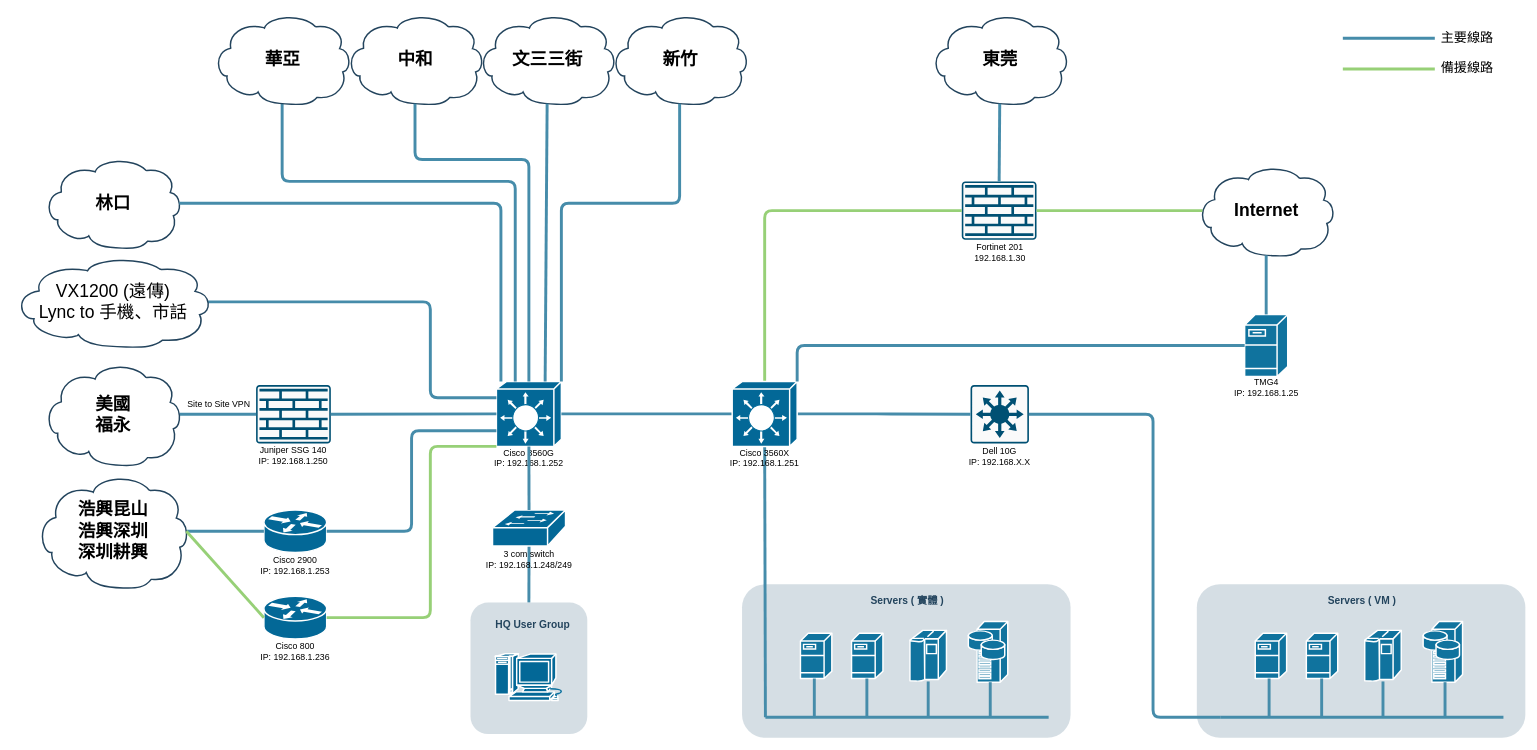
KevinKuo2519/AI-Prpgram keeps this draw.io diagram as HQ.drawio. Above is the earlier version. Source tidied: cells renumbered, new cells numbered last; positions are measured from the earlier drawing's top-left corner, leaving out a move shared by most shapes. Both pictures are drawn from the tidied source at 73%, with x=0, y=0 at pixel (13, 13).
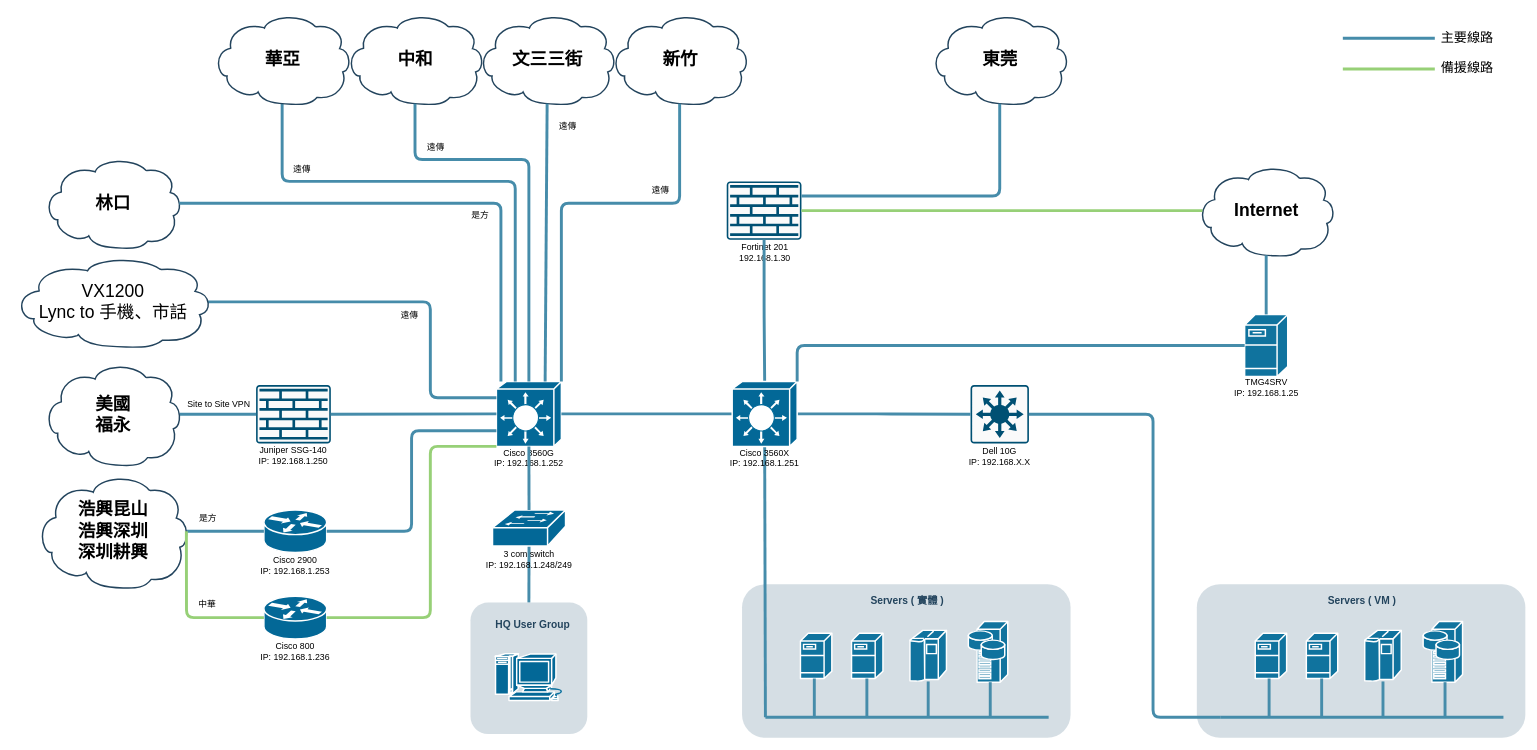
The same diagram, later.

Unchanged cells that the change refers to:
```xml
<mxCell id="15" style="group;" parent="1" vertex="1">
  <mxGeometry x="331" y="509" width="105" height="112" as="geometry" />
</mxCell>
<mxCell id="31" style="shape=mxgraph.cisco.routers.router;sketch=0;html=1;dashed=0;fillColor=#036897;strokeColor=#ffffff;strokeWidth=2;verticalLabelPosition=bottom;verticalAlign=top;align=center;outlineConnect=0;" parent="30" vertex="1">
  <mxGeometry x="7" width="86" height="58.4" as="geometry" />
</mxCell>
<mxCell id="34" style="sketch=0;points=[[0.015,0.015,0],[0.985,0.015,0],[0.985,0.985,0],[0.015,0.985,0],[0.25,0,0],[0.5,0,0],[0.75,0,0],[1,0.25,0],[1,0.5,0],[1,0.75,0],[0.75,1,0],[0.5,1,0],[0.25,1,0],[0,0.75,0],[0,0.5,0],[0,0.25,0]];verticalLabelPosition=bottom;html=1;verticalAlign=top;align=center;shape=mxgraph.cisco19.rect;prIcon=firewall;fillColor=#FAFAFA;strokeColor=#005073;" parent="33" vertex="1">
  <mxGeometry x="0.5" width="102.4" height="80" as="geometry" />
</mxCell>
<mxCell id="67" style="shape=mxgraph.cisco.switches.layer_3_switch;sketch=0;html=1;dashed=0;fillColor=#036897;strokeColor=#ffffff;strokeWidth=2;verticalLabelPosition=bottom;verticalAlign=top;align=center;outlineConnect=0;" parent="66" vertex="1">
  <mxGeometry x="10.5" width="89" height="89" as="geometry" />
</mxCell>
<mxCell id="72" value="&lt;p style=&quot;margin-top: 0pt; margin-bottom: 0pt; margin-left: 0in; direction: ltr; unicode-bidi: embed; word-break: normal; font-size: 23px;&quot;&gt;&lt;/p&gt;&lt;p style=&quot;margin-top: 0pt; margin-bottom: 0pt; margin-left: 0in; direction: ltr; unicode-bidi: embed; word-break: normal;&quot;&gt;&lt;font style=&quot;background-color: initial;&quot; color=&quot;#000000&quot;&gt;&lt;span style=&quot;font-size: 18pt; font-family: 微軟正黑體;&quot;&gt;浩興昆山&lt;/span&gt;&lt;/font&gt;&lt;br&gt;&lt;/p&gt;&lt;p style=&quot;margin-top: 0pt; margin-bottom: 0pt; margin-left: 0in; direction: ltr; unicode-bidi: embed; word-break: normal;&quot;&gt;&lt;span style=&quot;font-family: 微軟正黑體; font-size: 18pt; color: rgb(0, 0, 0); background-color: initial;&quot;&gt;浩興深圳&lt;/span&gt;&lt;/p&gt;&lt;p style=&quot;margin-top: 0pt; margin-bottom: 0pt; margin-left: 0in; direction: ltr; unicode-bidi: embed; word-break: normal;&quot;&gt;&lt;span style=&quot;color: rgb(0, 0, 0); background-color: initial; font-size: 18pt; font-family: 微軟正黑體;&quot;&gt;深圳耕興&lt;/span&gt;&lt;br&gt;&lt;/p&gt;" style="shape=mxgraph.cisco.storage.cloud;html=1;dashed=0;strokeColor=#23445D;fillColor=#ffffff;strokeWidth=2;fontFamily=Helvetica;fontSize=24;fontColor=#23445D;align=center;fontStyle=1;" parent="1" vertex="1">
  <mxGeometry x="31" y="630.7" width="210" height="157" as="geometry" />
</mxCell>
<mxCell id="75" style="group;" parent="1" vertex="1">
  <mxGeometry x="1663.5" y="412.2" width="105" height="115.5" as="geometry" />
</mxCell>
<mxCell id="88" value="&lt;p style=&quot;margin-top: 0pt; margin-bottom: 0pt; margin-left: 0in; direction: ltr; unicode-bidi: embed; word-break: normal; font-size: 23px;&quot;&gt;&lt;/p&gt;&lt;p style=&quot;margin-top: 0pt; margin-bottom: 0pt; margin-left: 0in; direction: ltr; unicode-bidi: embed; word-break: normal;&quot;&gt;&lt;span style=&quot;color: rgb(0, 0, 0); background-color: initial;&quot;&gt;東莞&lt;/span&gt;&lt;br&gt;&lt;/p&gt;" style="shape=mxgraph.cisco.storage.cloud;html=1;dashed=0;strokeColor=#23445D;fillColor=#ffffff;strokeWidth=2;fontFamily=Helvetica;fontSize=24;fontColor=#23445D;align=center;fontStyle=1;" parent="1" vertex="1">
  <mxGeometry x="1256" width="190" height="125" as="geometry" />
</mxCell>
```

Diff of the diagram source:
```diff
@@
-    <mxCell id="17" value="Juniper SSG 140&lt;br&gt;IP: 192.168.1.250" style="text;html=1;strokeColor=none;fillColor=none;align=center;verticalAlign=middle;whiteSpace=wrap;rounded=0;" parent="15" vertex="1">
+    <mxCell id="17" value="Juniper SSG-140&lt;br&gt;IP: 192.168.1.250" style="text;html=1;strokeColor=none;fillColor=none;align=center;verticalAlign=middle;whiteSpace=wrap;rounded=0;" parent="15" vertex="1">
       <mxGeometry y="82" width="105" height="30" as="geometry" />
     </mxCell>
@@
     <mxCell id="33" style="group;" parent="1" vertex="1">
-      <mxGeometry x="1298.5" y="230" width="105" height="112" as="geometry" />
+      <mxGeometry x="976.5" y="230" width="105" height="112" as="geometry" />
     </mxCell>
@@
-    <mxCell id="37" style="rounded=1;jettySize=auto;html=1;exitX=0;exitY=0.5;exitDx=0;exitDy=0;exitPerimeter=0;entryX=0.5;entryY=0;entryDx=0;entryDy=0;entryPerimeter=0;endArrow=none;endFill=0;strokeWidth=4;strokeColor=#97D077;edgeStyle=orthogonalEdgeStyle;" parent="1" edge="1" source="34" target="67">
+    <mxCell id="37" style="rounded=1;jettySize=auto;html=1;entryX=0.5;entryY=0;entryDx=0;entryDy=0;entryPerimeter=0;endArrow=none;endFill=0;strokeWidth=4;strokeColor=#468CAA;edgeStyle=orthogonalEdgeStyle;exitX=0.5;exitY=1;exitDx=0;exitDy=0;exitPerimeter=0;" parent="1" edge="1" source="34" target="67">
       <mxGeometry relative="1" as="geometry" />
     </mxCell>
@@
-    <mxCell id="57" value="&lt;p style=&quot;margin-top: 0pt; margin-bottom: 0pt; margin-left: 0in; direction: ltr; unicode-bidi: embed; word-break: normal; font-size: 23px;&quot;&gt;&lt;/p&gt;&lt;p style=&quot;border-color: var(--border-color); color: rgb(0, 0, 0); font-weight: 400; margin-top: 0pt; margin-bottom: 0pt; margin-left: 0in; direction: ltr; unicode-bidi: embed; word-break: normal;&quot;&gt;&lt;font style=&quot;border-color: var(--border-color);&quot;&gt;VX1200&amp;nbsp;&lt;span style=&quot;border-color: var(--border-color); font-family: 微軟正黑體;&quot;&gt;(&lt;/span&gt;&lt;span style=&quot;border-color: var(--border-color); font-family: 微軟正黑體;&quot;&gt;遠傳&lt;/span&gt;&lt;span style=&quot;border-color: var(--border-color); font-family: 微軟正黑體;&quot;&gt;)&lt;/span&gt;&lt;/font&gt;&lt;/p&gt;&lt;p style=&quot;border-color: var(--border-color); color: rgb(0, 0, 0); font-weight: 400; margin-top: 0pt; margin-bottom: 0pt; margin-left: 0in; direction: ltr; unicode-bidi: embed; word-break: normal;&quot;&gt;&lt;font style=&quot;border-color: var(--border-color);&quot;&gt;Lync to&amp;nbsp;&lt;span style=&quot;border-color: var(--border-color); font-family: 微軟正黑體;&quot;&gt;手機、市話&lt;/span&gt;&lt;/font&gt;&lt;/p&gt;" style="shape=mxgraph.cisco.storage.cloud;html=1;dashed=0;strokeColor=#23445D;fillColor=#ffffff;strokeWidth=2;fontFamily=Helvetica;fontSize=24;fontColor=#23445D;align=center;fontStyle=1;" parent="1" vertex="1">
+    <mxCell id="57" value="&lt;p style=&quot;margin-top: 0pt; margin-bottom: 0pt; margin-left: 0in; direction: ltr; unicode-bidi: embed; word-break: normal; font-size: 23px;&quot;&gt;&lt;/p&gt;&lt;p style=&quot;border-color: var(--border-color); color: rgb(0, 0, 0); font-weight: 400; margin-top: 0pt; margin-bottom: 0pt; margin-left: 0in; direction: ltr; unicode-bidi: embed; word-break: normal;&quot;&gt;&lt;font style=&quot;border-color: var(--border-color);&quot;&gt;VX1200&lt;/font&gt;&lt;/p&gt;&lt;p style=&quot;border-color: var(--border-color); color: rgb(0, 0, 0); font-weight: 400; margin-top: 0pt; margin-bottom: 0pt; margin-left: 0in; direction: ltr; unicode-bidi: embed; word-break: normal;&quot;&gt;&lt;font style=&quot;border-color: var(--border-color);&quot;&gt;Lync to&amp;nbsp;&lt;span style=&quot;border-color: var(--border-color); font-family: 微軟正黑體;&quot;&gt;手機、市話&lt;/span&gt;&lt;/font&gt;&lt;/p&gt;" style="shape=mxgraph.cisco.storage.cloud;html=1;dashed=0;strokeColor=#23445D;fillColor=#ffffff;strokeWidth=2;fontFamily=Helvetica;fontSize=24;fontColor=#23445D;align=center;fontStyle=1;" parent="1" vertex="1">
       <mxGeometry y="332.5" width="272" height="125" as="geometry" />
     </mxCell>
@@
-    <mxCell id="77" value="TMG4&lt;br&gt;IP: 192.168.1.25" style="text;html=1;strokeColor=none;fillColor=none;align=center;verticalAlign=middle;whiteSpace=wrap;rounded=0;" parent="75" vertex="1">
+    <mxCell id="77" value="TMG4SRV&lt;br&gt;IP: 192.168.1.25" style="text;html=1;strokeColor=none;fillColor=none;align=center;verticalAlign=middle;whiteSpace=wrap;rounded=0;" parent="75" vertex="1">
       <mxGeometry y="85.5" width="105" height="30" as="geometry" />
     </mxCell>
@@
-    <mxCell id="80" style="rounded=1;jettySize=auto;html=1;exitX=0.98;exitY=0.5;exitDx=0;exitDy=0;exitPerimeter=0;entryX=0;entryY=0.5;entryDx=0;entryDy=0;entryPerimeter=0;endArrow=none;endFill=0;strokeColor=#97D077;strokeWidth=4;" parent="1" edge="1" source="72" target="31">
-      <mxGeometry relative="1" as="geometry" />
+    <mxCell id="80" style="rounded=1;jettySize=auto;html=1;exitX=0.98;exitY=0.5;exitDx=0;exitDy=0;exitPerimeter=0;entryX=0;entryY=0.5;entryDx=0;entryDy=0;entryPerimeter=0;endArrow=none;endFill=0;strokeColor=#97D077;strokeWidth=4;edgeStyle=elbowEdgeStyle;" parent="1" edge="1" source="72" target="31">
+      <mxGeometry relative="1" as="geometry">
+        <Array as="points">
+          <mxPoint x="237" y="770" />
+        </Array>
+      </mxGeometry>
     </mxCell>
@@
-    <mxCell id="89" style="rounded=1;jettySize=auto;html=1;exitX=0.5;exitY=0;exitDx=0;exitDy=0;exitPerimeter=0;entryX=0.5;entryY=0.99;entryDx=0;entryDy=0;entryPerimeter=0;endArrow=none;endFill=0;strokeColor=#468CAA;strokeWidth=4;" parent="1" edge="1" source="34" target="88">
-      <mxGeometry relative="1" as="geometry" />
+    <mxCell id="89" style="rounded=1;jettySize=auto;html=1;exitX=1;exitY=0.25;exitDx=0;exitDy=0;exitPerimeter=0;entryX=0.5;entryY=0.99;entryDx=0;entryDy=0;entryPerimeter=0;endArrow=none;endFill=0;strokeColor=#468CAA;strokeWidth=4;edgeStyle=elbowEdgeStyle;" parent="1" edge="1" source="34" target="88">
+      <mxGeometry relative="1" as="geometry">
+        <Array as="points">
+          <mxPoint x="1351" y="190" />
+        </Array>
+      </mxGeometry>
     </mxCell>
@@
+    <mxCell id="98" value="遠傳" style="text;html=1;align=center;verticalAlign=middle;strokeColor=none;fillColor=none;" parent="1" vertex="1">
+      <mxGeometry x="517" y="398" width="50" height="30" as="geometry" />
+    </mxCell>
+    <mxCell id="99" value="是方" style="text;html=1;align=center;verticalAlign=middle;strokeColor=none;fillColor=none;" parent="1" vertex="1">
+      <mxGeometry x="614" y="261" width="50" height="30" as="geometry" />
+    </mxCell>
+    <mxCell id="100" value="遠傳" style="text;html=1;align=center;verticalAlign=middle;strokeColor=none;fillColor=none;" parent="1" vertex="1">
+      <mxGeometry x="553" y="168" width="50" height="30" as="geometry" />
+    </mxCell>
+    <mxCell id="101" value="遠傳" style="text;html=1;align=center;verticalAlign=middle;strokeColor=none;fillColor=none;" parent="1" vertex="1">
+      <mxGeometry x="733.5" y="140" width="50" height="30" as="geometry" />
+    </mxCell>
+    <mxCell id="102" value="遠傳" style="text;html=1;align=center;verticalAlign=middle;strokeColor=none;fillColor=none;" parent="1" vertex="1">
+      <mxGeometry x="861" y="228" width="50" height="30" as="geometry" />
+    </mxCell>
+    <mxCell id="103" value="遠傳" style="text;html=1;align=center;verticalAlign=middle;strokeColor=none;fillColor=none;" parent="1" vertex="1">
+      <mxGeometry x="370" y="198" width="50" height="30" as="geometry" />
+    </mxCell>
+    <mxCell id="104" value="是方" style="text;html=1;align=center;verticalAlign=middle;strokeColor=none;fillColor=none;" parent="1" vertex="1">
+      <mxGeometry x="241" y="677" width="50" height="30" as="geometry" />
+    </mxCell>
+    <mxCell id="105" value="中華" style="text;html=1;align=center;verticalAlign=middle;strokeColor=none;fillColor=none;" parent="1" vertex="1">
+      <mxGeometry x="240" y="795" width="50" height="30" as="geometry" />
+    </mxCell>
```
